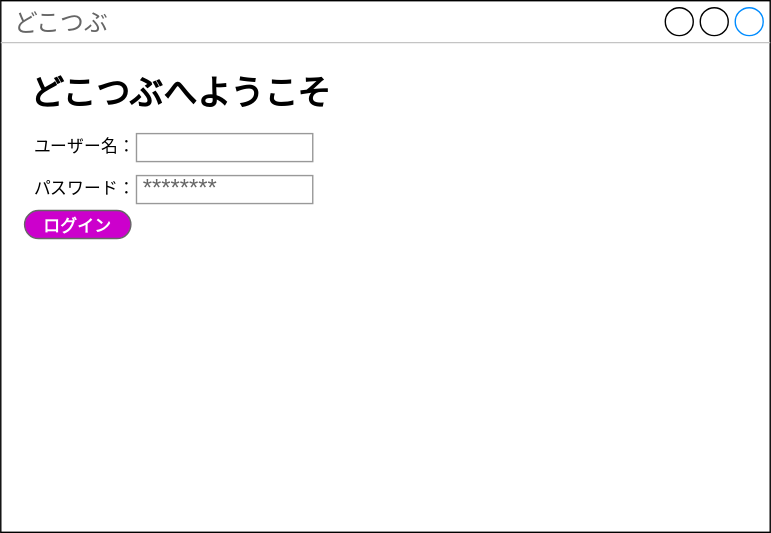
yuhi-2024/software_eng keeps this draw.io diagram as 画面レイアウト.drawio.svg. Above is the earlier version. Source tidied: cells renumbered, new cells last; positions are measured from the earlier drawing's top-left corner, leaving out a move shared by most shapes. Source of this version:
```xml
<mxGraphModel>
  <root>
    <mxCell id="0" />
    <mxCell id="1" parent="0" />
    <mxCell id="2" value="どこつぶ" style="strokeWidth=1;shadow=0;dashed=0;align=center;html=1;shape=mxgraph.mockup.containers.window;align=left;verticalAlign=top;spacingLeft=8;strokeColor2=#008cff;strokeColor3=#c4c4c4;fontColor=#666666;mainText=;fontSize=17;labelBackgroundColor=none;whiteSpace=wrap;" parent="1" vertex="1">
      <mxGeometry width="550" height="380" as="geometry" />
    </mxCell>
    <mxCell id="3" value="&lt;b&gt;&lt;font style=&quot;font-size: 24px;&quot;&gt;どこつぶへようこそ&lt;/font&gt;&lt;/b&gt;" style="text;html=1;align=center;verticalAlign=middle;whiteSpace=wrap;rounded=0;" parent="1" vertex="1">
      <mxGeometry x="14" y="52" width="230" height="30" as="geometry" />
    </mxCell>
    <mxCell id="4" value="ユーザー名：" style="text;html=1;align=center;verticalAlign=middle;whiteSpace=wrap;rounded=0;" parent="1" vertex="1">
      <mxGeometry x="10" y="90" width="100" height="30" as="geometry" />
    </mxCell>
    <mxCell id="5" value="パスワード：" style="text;html=1;align=center;verticalAlign=middle;whiteSpace=wrap;rounded=0;" parent="1" vertex="1">
      <mxGeometry x="10" y="120" width="100" height="30" as="geometry" />
    </mxCell>
    <mxCell id="6" value="********" style="strokeWidth=1;shadow=0;dashed=0;align=center;html=1;shape=mxgraph.mockup.forms.pwField;strokeColor=#999999;mainText=;align=left;fontColor=#666666;fontSize=17;spacingLeft=3;" parent="1" vertex="1">
      <mxGeometry x="97" y="125" width="126" height="20" as="geometry" />
    </mxCell>
    <mxCell id="7" style="strokeWidth=1;shadow=0;dashed=0;align=center;html=1;shape=mxgraph.mockup.forms.pwField;strokeColor=#999999;mainText=;align=left;fontColor=#666666;fontSize=17;spacingLeft=3;" parent="1" vertex="1">
      <mxGeometry x="97" y="95" width="126" height="20" as="geometry" />
    </mxCell>
    <mxCell id="8" style="strokeWidth=1;shadow=0;dashed=0;align=center;html=1;shape=mxgraph.mockup.buttons.multiButton;fillColor=#CC00CC;strokeColor=#666666;mainText=;subText=;" parent="1" vertex="1">
      <mxGeometry x="17" y="150" width="76" height="20" as="geometry" />
    </mxCell>
    <mxCell id="9" value="&lt;font style=&quot;font-size: 12px;&quot;&gt;ログイン&lt;/font&gt;" style="strokeWidth=1;shadow=0;dashed=0;align=center;html=1;shape=mxgraph.mockup.anchor;fontSize=16;fontColor=#ffffff;fontStyle=1;whiteSpace=wrap;" parent="8" vertex="1">
      <mxGeometry y="6" width="76" height="8" as="geometry" />
    </mxCell>
    <mxCell id="10" style="strokeWidth=1;shadow=0;dashed=0;align=center;html=1;shape=mxgraph.mockup.anchor;fontSize=12;fontColor=#ffffff;fontStyle=1;whiteSpace=wrap;" parent="8" vertex="1">
      <mxGeometry y="12" width="76" height="4" as="geometry" />
    </mxCell>
  </root>
</mxGraphModel>
```
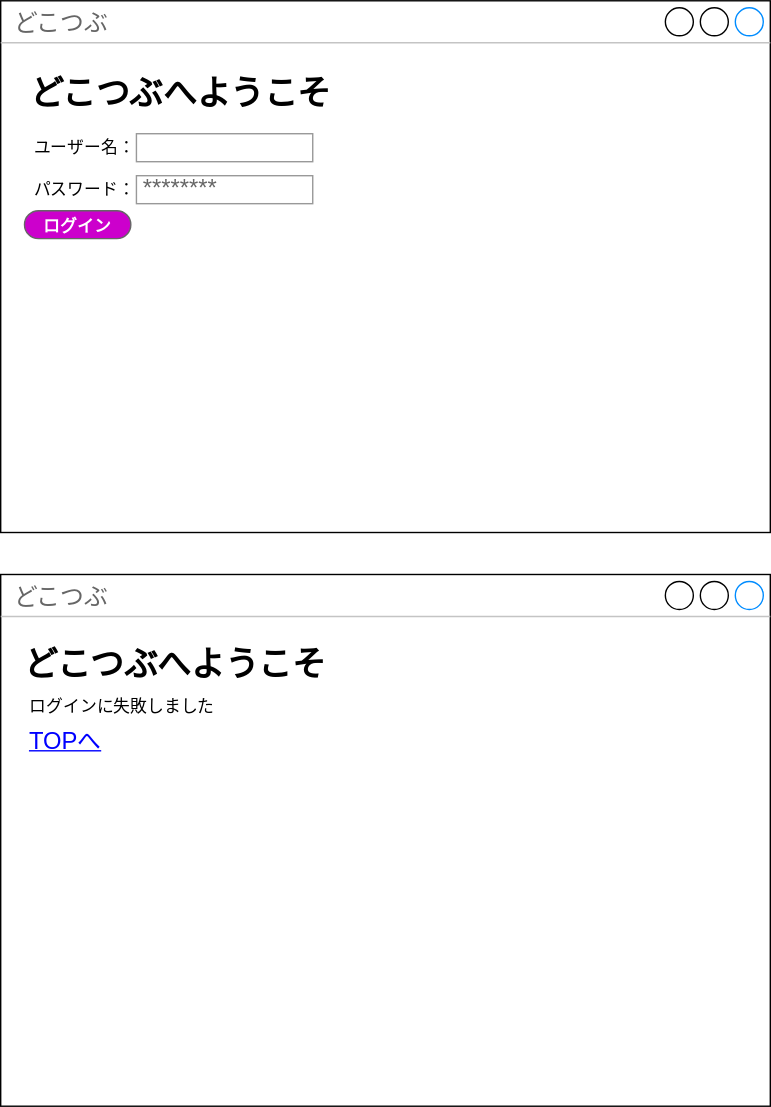
After the change.

Commit message:
画面レイアウト.drawio.svg を更新します

The edit, as a diff of the source:
```diff
@@ -29,5 +29,17 @@
     <mxCell id="10" style="strokeWidth=1;shadow=0;dashed=0;align=center;html=1;shape=mxgraph.mockup.anchor;fontSize=12;fontColor=#ffffff;fontStyle=1;whiteSpace=wrap;" parent="8" vertex="1">
       <mxGeometry y="12" width="76" height="4" as="geometry" />
     </mxCell>
+    <mxCell id="11" value="どこつぶ" style="strokeWidth=1;shadow=0;dashed=0;align=center;html=1;shape=mxgraph.mockup.containers.window;align=left;verticalAlign=top;spacingLeft=8;strokeColor2=#008cff;strokeColor3=#c4c4c4;fontColor=#666666;mainText=;fontSize=17;labelBackgroundColor=none;whiteSpace=wrap;" parent="1" vertex="1">
+      <mxGeometry y="410" width="550" height="380" as="geometry" />
+    </mxCell>
+    <mxCell id="12" value="&lt;b&gt;&lt;font style=&quot;font-size: 24px;&quot;&gt;どこつぶへようこそ&lt;/font&gt;&lt;/b&gt;" style="text;html=1;align=center;verticalAlign=middle;whiteSpace=wrap;rounded=0;" parent="1" vertex="1">
+      <mxGeometry x="10" y="460" width="230" height="30" as="geometry" />
+    </mxCell>
+    <mxCell id="13" value="ログインに失敗しました" style="text;html=1;align=center;verticalAlign=middle;whiteSpace=wrap;rounded=0;" parent="1" vertex="1">
+      <mxGeometry x="12" y="490" width="150" height="30" as="geometry" />
+    </mxCell>
+    <mxCell id="14" value="TOPへ" style="shape=rectangle;strokeColor=none;fillColor=none;linkText=;fontSize=17;fontColor=#0000ff;fontStyle=4;html=1;align=center;" parent="1" vertex="1">
+      <mxGeometry x="17" y="520" width="57" height="20" as="geometry" />
+    </mxCell>
   </root>
 </mxGraphModel>
```
